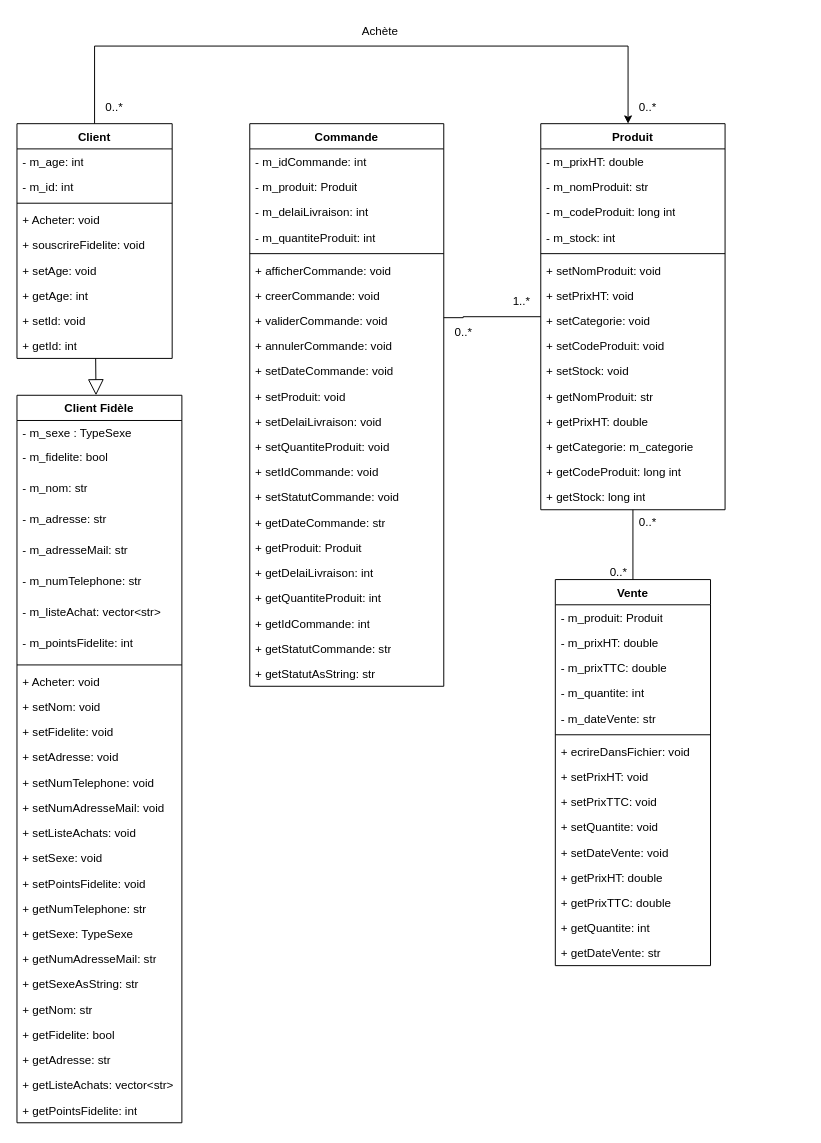
Davidbld/Magasin-CPP keeps this draw.io diagram as DiagClasseSGMagasin.drawio. Above is the earlier version. Source tidied: cells renumbered, new cells numbered last; positions are measured from the earlier drawing's top-left corner, leaving out a move shared by most shapes. Both pictures are drawn from the tidied source at 97%, with x=0, y=0 at pixel (16, 16).
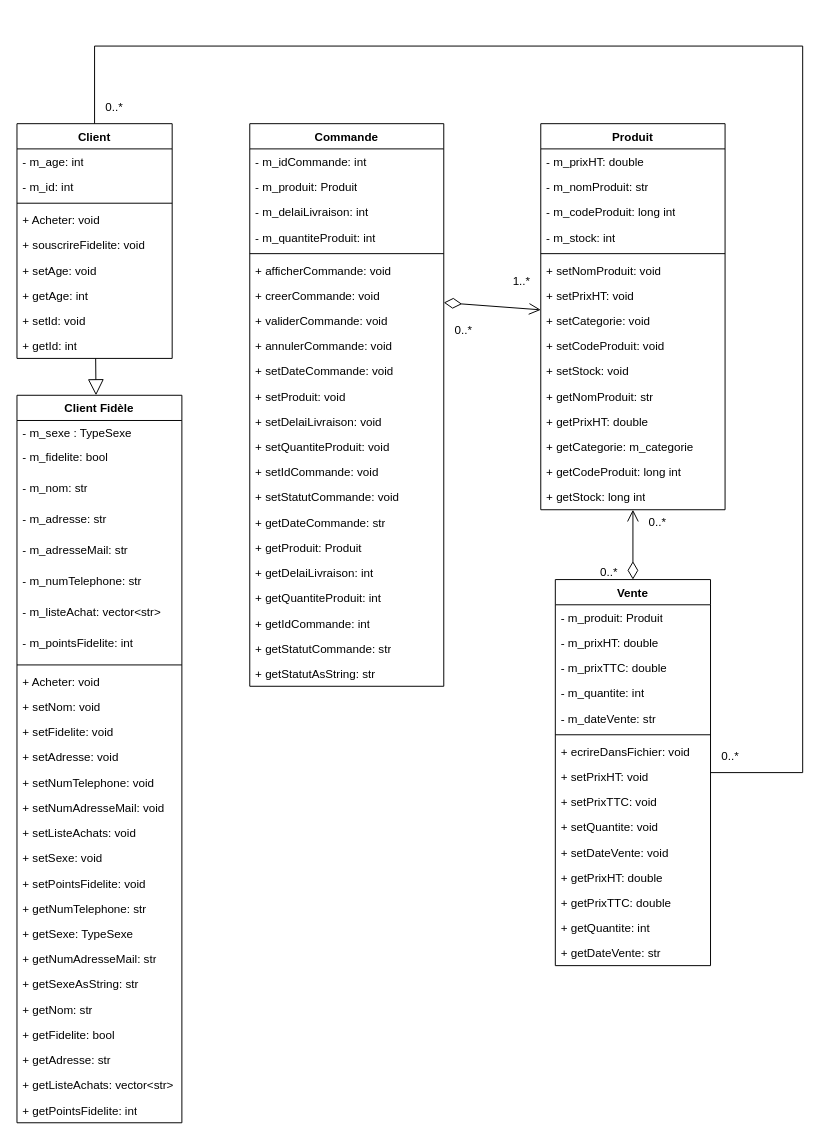
After the change.

Unchanged cells that the change refers to:
```xml
<mxCell id="4" value="Client" style="swimlane;fontStyle=1;align=center;verticalAlign=top;horizontal=1;startSize=26;whiteSpace=wrap;html=1;" parent="1" vertex="1">
  <mxGeometry y="110" width="160" height="242" as="geometry" />
</mxCell>
<mxCell id="14" value="&lt;div&gt;Vente&lt;/div&gt;" style="swimlane;fontStyle=1;align=center;verticalAlign=top;horizontal=1;startSize=26;whiteSpace=wrap;html=1;" parent="1" vertex="1">
  <mxGeometry x="555" y="580" width="160" height="398" as="geometry" />
</mxCell>
<mxCell id="30" value="Commande" style="swimlane;fontStyle=1;align=center;verticalAlign=top;horizontal=1;startSize=26;whiteSpace=wrap;html=1;" parent="1" vertex="1">
  <mxGeometry x="240" y="110" width="200" height="580" as="geometry" />
</mxCell>
<mxCell id="37" value="+ creerCommande: void" style="text;strokeColor=none;fillColor=none;align=left;verticalAlign=top;spacingLeft=4;spacingRight=4;overflow=hidden;points=[[0,0.5],[1,0.5]];portConstraint=eastwest;whiteSpace=wrap;html=1;" parent="30" vertex="1">
  <mxGeometry y="164" width="200" height="26" as="geometry" />
</mxCell>
<mxCell id="55" value="Produit" style="swimlane;fontStyle=1;align=center;verticalAlign=top;horizontal=1;startSize=26;whiteSpace=wrap;html=1;" parent="1" vertex="1">
  <mxGeometry x="540" y="110" width="190" height="398" as="geometry" />
</mxCell>
```

What changed in the source:
```diff
@@
-    <mxCell id="3" style="edgeStyle=orthogonalEdgeStyle;rounded=0;jettySize=auto;html=1;endArrow=classic;endFill=1;" parent="1" edge="1" source="4" target="55">
+    <mxCell id="3" style="edgeStyle=orthogonalEdgeStyle;rounded=0;jettySize=auto;html=1;endArrow=none;endFill=0;" parent="1" edge="1" source="4" target="14">
       <mxGeometry relative="1" as="geometry">
         <Array as="points">
           <mxPoint x="80" y="30" />
-          <mxPoint x="630" y="30" />
+          <mxPoint x="810" y="30" />
+          <mxPoint x="810" y="779" />
         </Array>
       </mxGeometry>
     </mxCell>
@@
+    <mxCell id="106" style="edgeStyle=none;shape=connector;rounded=0;jettySize=auto;html=1;strokeColor=default;align=center;verticalAlign=middle;fontFamily=Helvetica;fontSize=11;fontColor=default;labelBackgroundColor=default;startArrow=diamondThin;startFill=0;startSize=16;endArrow=open;endFill=0;endSize=10;targetPerimeterSpacing=0;" parent="1" edge="1" source="14" target="55">
+      <mxGeometry relative="1" as="geometry" />
+    </mxCell>
@@
-    <mxCell id="53" style="edgeStyle=orthogonalEdgeStyle;rounded=0;jettySize=auto;html=1;endArrow=none;endFill=0;" parent="1" edge="1" source="55" target="30">
-      <mxGeometry relative="1" as="geometry">
-        <Array as="points">
-          <mxPoint x="460" y="309" />
-          <mxPoint x="460" y="310" />
-        </Array>
-      </mxGeometry>
-    </mxCell>
-    <mxCell id="54" style="edgeStyle=orthogonalEdgeStyle;rounded=0;jettySize=auto;html=1;endArrow=none;endFill=0;" parent="1" edge="1" source="55" target="14">
-      <mxGeometry relative="1" as="geometry" />
-    </mxCell>
@@
-    <mxCell id="99" value="&lt;div&gt;Achète&lt;/div&gt;" style="text;html=1;align=center;verticalAlign=middle;strokeColor=none;fillColor=none;" parent="1" vertex="1">
-      <mxGeometry x="344" width="60" height="30" as="geometry" />
-    </mxCell>
@@
     <mxCell id="101" value="&lt;div&gt;0..*&lt;/div&gt;&lt;div&gt;&lt;br&gt;&lt;/div&gt;" style="text;html=1;align=center;verticalAlign=middle;strokeColor=none;fillColor=none;" parent="1" vertex="1">
-      <mxGeometry x="630" y="80" width="40" height="40" as="geometry" />
+      <mxGeometry x="715" y="750" width="40" height="40" as="geometry" />
     </mxCell>
     <mxCell id="102" value="1..*&lt;div&gt;&lt;br&gt;&lt;/div&gt;" style="text;html=1;align=center;verticalAlign=middle;strokeColor=none;fillColor=none;" parent="1" vertex="1">
-      <mxGeometry x="500" y="280" width="40" height="40" as="geometry" />
+      <mxGeometry x="500" y="260" width="40" height="40" as="geometry" />
     </mxCell>
     <mxCell id="103" value="0..*&lt;div&gt;&lt;br&gt;&lt;/div&gt;" style="text;html=1;align=center;verticalAlign=middle;strokeColor=none;fillColor=none;" parent="1" vertex="1">
-      <mxGeometry x="440" y="312" width="40" height="40" as="geometry" />
+      <mxGeometry x="440" y="310" width="40" height="40" as="geometry" />
     </mxCell>
     <mxCell id="104" value="0..*&lt;div&gt;&lt;br&gt;&lt;/div&gt;" style="text;html=1;align=center;verticalAlign=middle;strokeColor=none;fillColor=none;" parent="1" vertex="1">
-      <mxGeometry x="630" y="508" width="40" height="40" as="geometry" />
+      <mxGeometry x="640" y="508" width="40" height="40" as="geometry" />
     </mxCell>
     <mxCell id="105" value="0..*&lt;div&gt;&lt;br&gt;&lt;/div&gt;" style="text;html=1;align=center;verticalAlign=middle;strokeColor=none;fillColor=none;" parent="1" vertex="1">
-      <mxGeometry x="600" y="560" width="40" height="40" as="geometry" />
+      <mxGeometry x="590" y="560" width="40" height="40" as="geometry" />
     </mxCell>
+    <mxCell id="107" style="edgeStyle=none;shape=connector;rounded=0;jettySize=auto;html=1;strokeColor=default;align=center;verticalAlign=middle;fontFamily=Helvetica;fontSize=11;fontColor=default;labelBackgroundColor=default;startArrow=diamondThin;startFill=0;startSize=16;endArrow=open;endFill=0;endSize=10;targetPerimeterSpacing=0;" parent="1" edge="1" source="37" target="55">
+      <mxGeometry relative="1" as="geometry" />
+    </mxCell>
```
